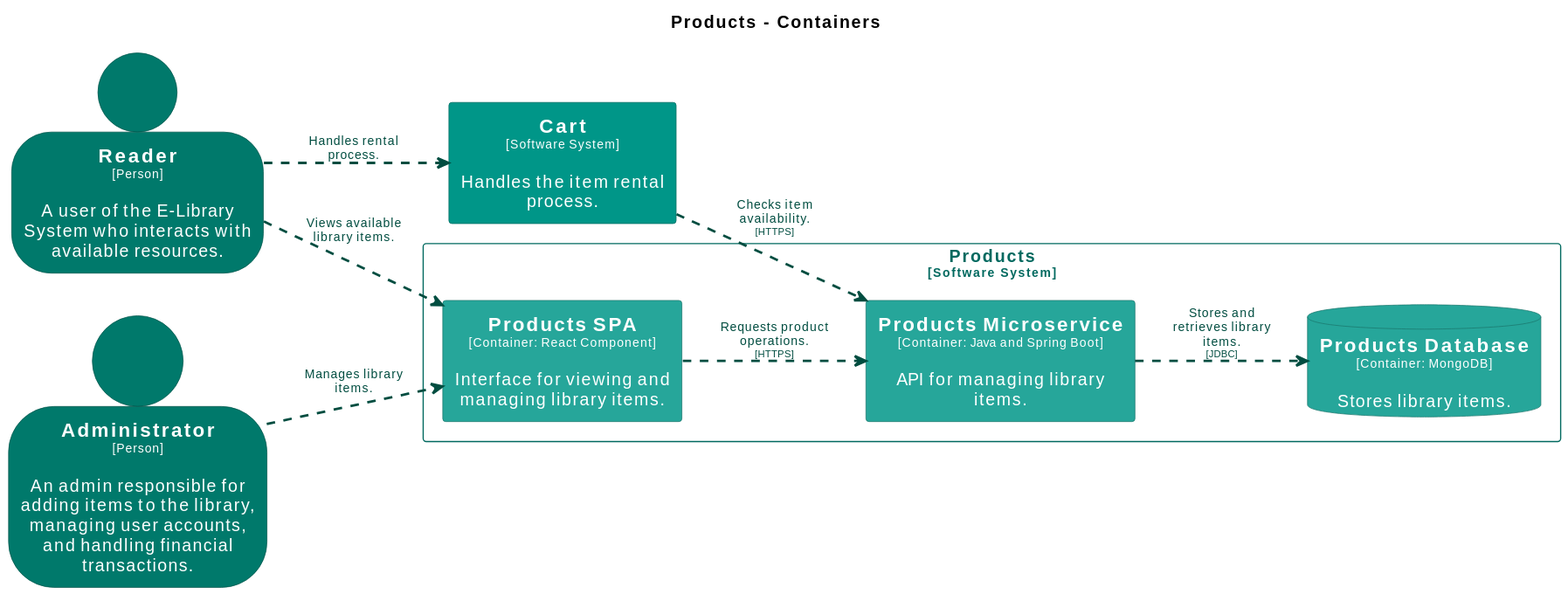
Before: main/svg/Container-003.svg, a diagram exported from PlantUML (Goodmorning918/E-Library-Architecture). Its source is kept beside it as main/puml/Container-003.puml.
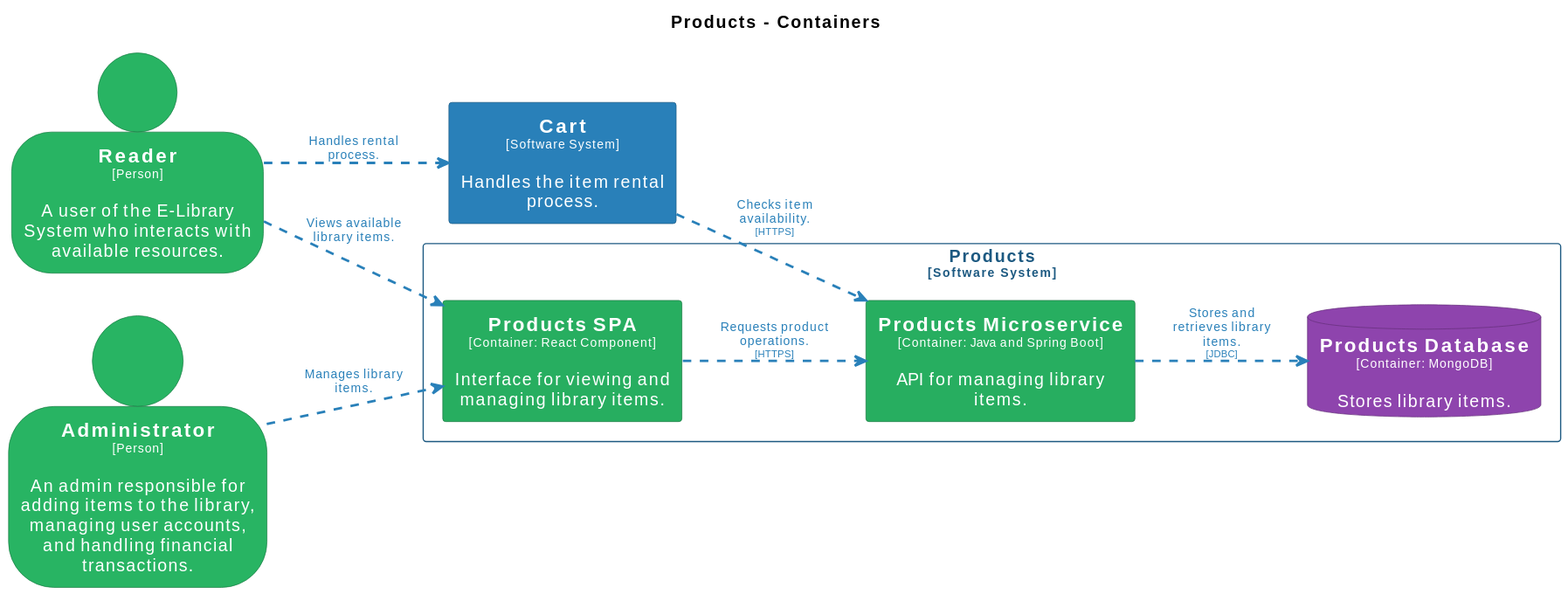
The same diagram one commit later.

Diff of the diagram source:
```diff
@@ -14,44 +14,44 @@
 hide stereotype
 
 skinparam person<<Administrator>> {
-  BackgroundColor #00796b
+  BackgroundColor #28b463
   FontColor #ffffff
-  BorderColor #00544a
+  BorderColor #1c7d45
   shadowing false
 }
 skinparam rectangle<<Cart>> {
-  BackgroundColor #009688
+  BackgroundColor #2980b9
   FontColor #ffffff
-  BorderColor #00695f
+  BorderColor #1c5981
   shadowing false
 }
 skinparam database<<Products.ProductsDatabase>> {
-  BackgroundColor #26a69a
+  BackgroundColor #8e44ad
   FontColor #ffffff
-  BorderColor #1a746b
+  BorderColor #632f79
   shadowing false
 }
 skinparam rectangle<<Products.ProductsMicroservice>> {
-  BackgroundColor #26a69a
+  BackgroundColor #27ae60
   FontColor #ffffff
-  BorderColor #1a746b
+  BorderColor #1b7943
   shadowing false
 }
 skinparam rectangle<<Products.ProductsSPA>> {
-  BackgroundColor #26a69a
+  BackgroundColor #27ae60
   FontColor #ffffff
-  BorderColor #1a746b
+  BorderColor #1b7943
   shadowing false
 }
 skinparam person<<Reader>> {
-  BackgroundColor #00796b
+  BackgroundColor #28b463
   FontColor #ffffff
-  BorderColor #00544a
+  BorderColor #1c7d45
   shadowing false
 }
 skinparam rectangle<<Products>> {
-  BorderColor #00695f
-  FontColor #00695f
+  BorderColor #1c5981
+  FontColor #1c5981
   shadowing false
 }
 
@@ -65,10 +65,10 @@
   database "==Products Database\n<size:10>[Container: MongoDB]</size>\n\nStores library items." <<Products.ProductsDatabase>> as Products.ProductsDatabase
 }
 
-Reader .[#004d40,thickness=2].> Cart : "<color:#004d40>Handles rental process."
-Reader .[#004d40,thickness=2].> Products.ProductsSPA : "<color:#004d40>Views available library items."
-Administrator .[#004d40,thickness=2].> Products.ProductsSPA : "<color:#004d40>Manages library items."
-Products.ProductsSPA .[#004d40,thickness=2].> Products.ProductsMicroservice : "<color:#004d40>Requests product operations.\n<color:#004d40><size:8>[HTTPS]</size>"
-Products.ProductsMicroservice .[#004d40,thickness=2].> Products.ProductsDatabase : "<color:#004d40>Stores and retrieves library items.\n<color:#004d40><size:8>[JDBC]</size>"
-Cart .[#004d40,thickness=2].> Products.ProductsMicroservice : "<color:#004d40>Checks item availability.\n<color:#004d40><size:8>[HTTPS]</size>"
+Reader .[#2980b9,thickness=2].> Cart : "<color:#2980b9>Handles rental process."
+Reader .[#2980b9,thickness=2].> Products.ProductsSPA : "<color:#2980b9>Views available library items."
+Administrator .[#2980b9,thickness=2].> Products.ProductsSPA : "<color:#2980b9>Manages library items."
+Products.ProductsSPA .[#2980b9,thickness=2].> Products.ProductsMicroservice : "<color:#2980b9>Requests product operations.\n<color:#2980b9><size:8>[HTTPS]</size>"
+Products.ProductsMicroservice .[#2980b9,thickness=2].> Products.ProductsDatabase : "<color:#2980b9>Stores and retrieves library items.\n<color:#2980b9><size:8>[JDBC]</size>"
+Cart .[#2980b9,thickness=2].> Products.ProductsMicroservice : "<color:#2980b9>Checks item availability.\n<color:#2980b9><size:8>[HTTPS]</size>"
 @enduml
```
